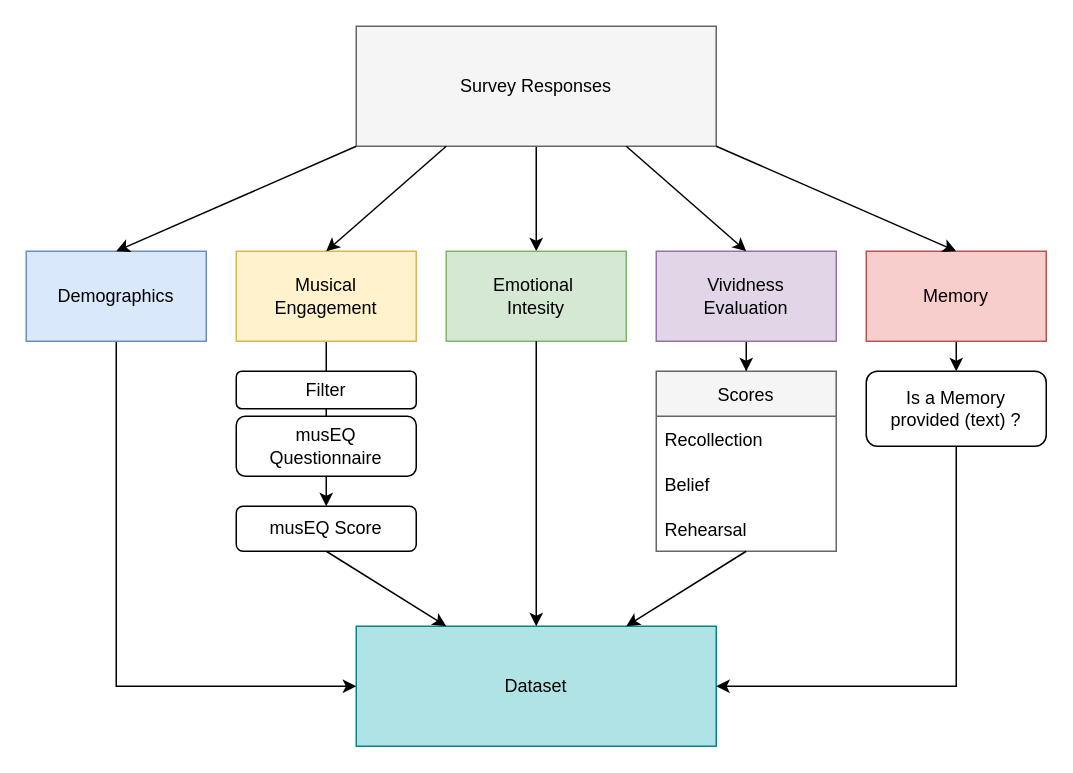
Above: data/img/mpc_methodology.drawio in lennartnicolas/mpc-presentation (draw.io), before the change. Source tidied: cells renumbered, new cells numbered last; positions are measured from the earlier drawing's top-left corner, leaving out a move shared by most shapes. Both pictures are drawn from the tidied source at 150%, with x=0, y=0 at pixel (26, 26).
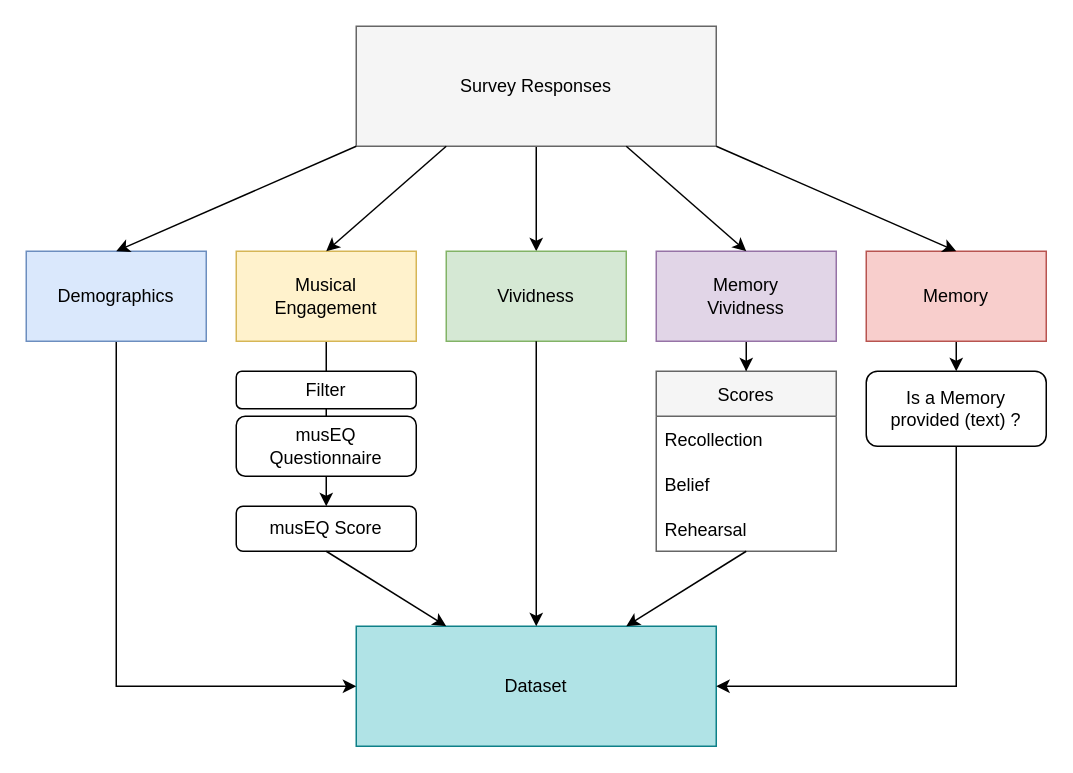
Above is the later version.

What changed in the source:
```diff
@@
-    <mxCell id="6" value="Emotional&amp;nbsp;&lt;br&gt;Intesity" style="rounded=0;whiteSpace=wrap;html=1;align=center;fillColor=#d5e8d4;strokeColor=#82b366;" parent="1" vertex="1">
+    <mxCell id="6" value="Vividness" style="rounded=0;whiteSpace=wrap;html=1;align=center;fillColor=#d5e8d4;strokeColor=#82b366;" parent="1" vertex="1">
       <mxGeometry x="280" y="150" width="120" height="60" as="geometry" />
     </mxCell>
@@
-    <mxCell id="8" value="Vividness &lt;br&gt;Evaluation" style="rounded=0;whiteSpace=wrap;html=1;align=center;fillColor=#e1d5e7;strokeColor=#9673a6;" parent="1" vertex="1">
+    <mxCell id="8" value="Memory&lt;br&gt;Vividness" style="rounded=0;whiteSpace=wrap;html=1;align=center;fillColor=#e1d5e7;strokeColor=#9673a6;" parent="1" vertex="1">
       <mxGeometry x="420" y="150" width="120" height="60" as="geometry" />
     </mxCell>
```
